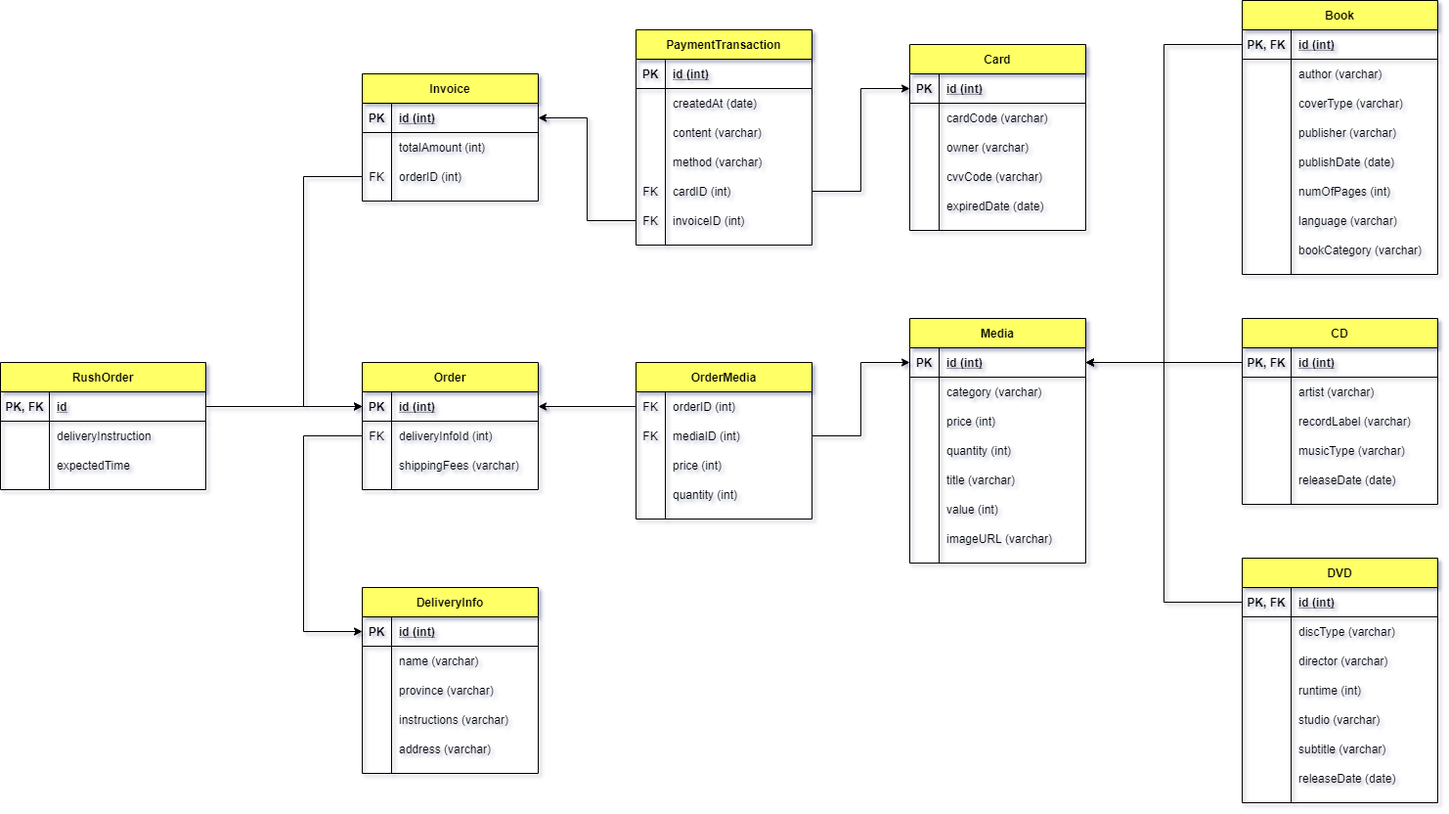
Before: DetailedDesign/DataModeling/PhysicalDataModel.png, a diagram exported from draw.io (krazezt/ISD.VN.20211-20184178.TranDucQuan). Source tidied: cells renumbered, new cells last; positions are measured from the earlier drawing's top-left corner, leaving out a move shared by most shapes.
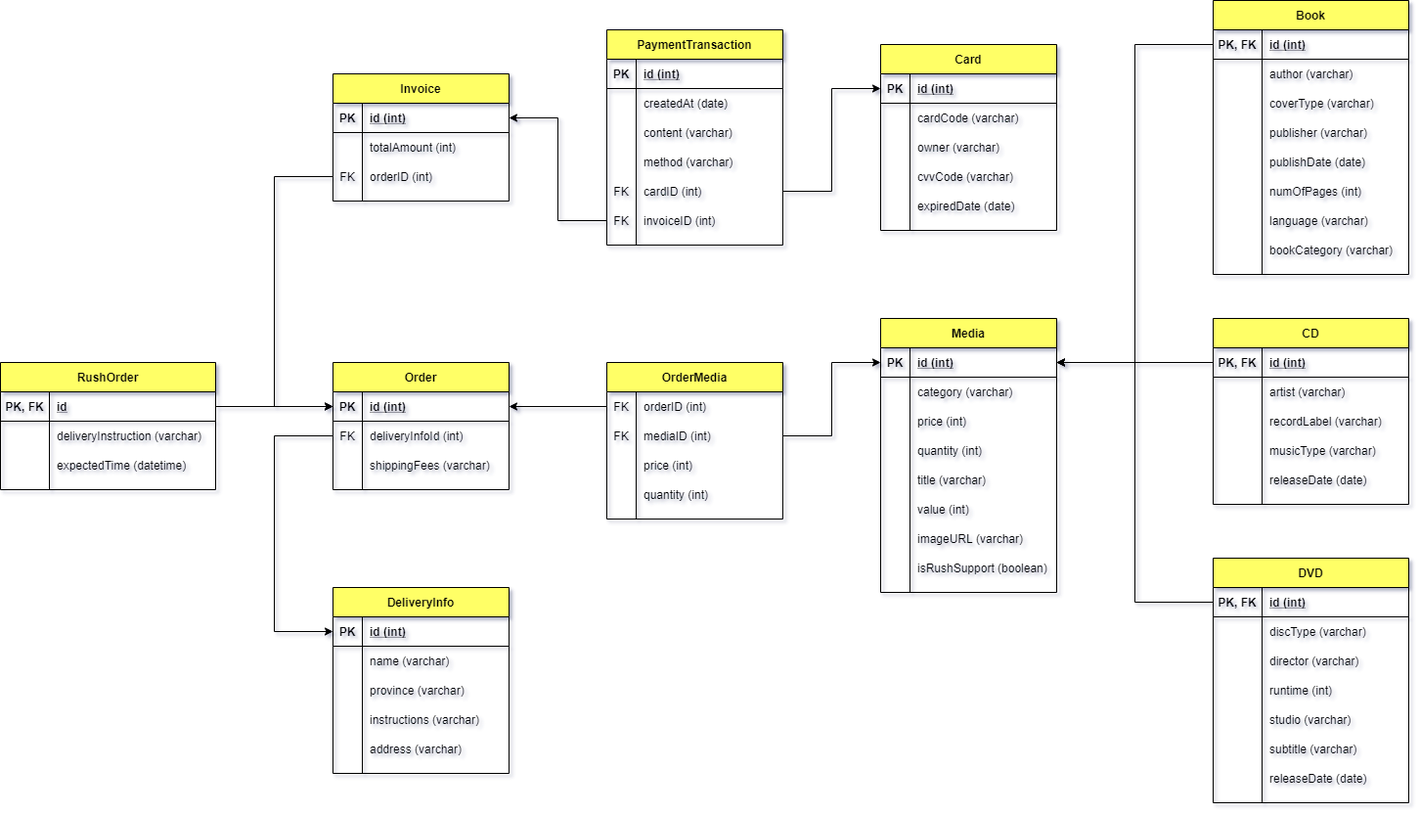
After the change.

Diff of the diagram source:
```diff
@@ -120,7 +120,7 @@
       <mxGeometry x="30" width="150" height="30" as="geometry" />
     </mxCell>
     <mxCell id="41" value="Media" style="shape=table;startSize=30;rowLines=0;fontStyle=1;align=center;fillColor=#FFFF66;" parent="1" vertex="1">
-      <mxGeometry x="930" y="325" width="180" height="250" as="geometry" />
+      <mxGeometry x="930" y="325" width="180" height="280" as="geometry" />
     </mxCell>
     <mxCell id="42" style="shape=partialRectangle;fillColor=none;top=0;left=0;bottom=1;right=0;points=[[0,0.5],[1,0.5]];portConstraint=eastwest;" parent="41" vertex="1">
       <mxGeometry y="30" width="180" height="30" as="geometry" />
@@ -185,6 +185,15 @@
     <mxCell id="62" value="imageURL (varchar)" style="shape=partialRectangle;fillColor=none;top=0;left=0;bottom=0;right=0;align=left;spacingLeft=6;overflow=hidden;" parent="60" vertex="1">
       <mxGeometry x="30" width="150" height="30" as="geometry" />
     </mxCell>
+    <mxCell id="191" style="shape=partialRectangle;fillColor=none;top=0;left=0;bottom=0;right=0;" parent="41" vertex="1">
+      <mxGeometry y="240" width="180" height="30" as="geometry" />
+    </mxCell>
+    <mxCell id="192" style="shape=partialRectangle;fillColor=none;top=0;left=0;bottom=0;right=0;overflow=hidden;" parent="191" vertex="1">
+      <mxGeometry width="30" height="30" as="geometry" />
+    </mxCell>
+    <mxCell id="193" value="isRushSupport (boolean)" style="shape=partialRectangle;fillColor=none;top=0;left=0;bottom=0;right=0;align=left;spacingLeft=6;overflow=hidden;" parent="191" vertex="1">
+      <mxGeometry x="30" width="150" height="30" as="geometry" />
+    </mxCell>
     <mxCell id="63" value="CD" style="shape=table;startSize=30;rowLines=0;fontStyle=1;align=center;fillColor=#FFFF66;" parent="1" vertex="1">
       <mxGeometry x="1270" y="325" width="200" height="190" as="geometry" />
     </mxCell>
@@ -547,34 +556,34 @@
       </mxGeometry>
     </mxCell>
     <mxCell id="180" value="RushOrder" style="shape=table;startSize=30;rowLines=0;fontStyle=1;align=center;fillColor=#FFFF66;" parent="1" vertex="1">
-      <mxGeometry y="370" width="210" height="130" as="geometry" />
+      <mxGeometry x="30" y="370" width="220" height="130" as="geometry" />
     </mxCell>
     <mxCell id="181" style="shape=partialRectangle;fillColor=none;top=0;left=0;bottom=1;right=0;points=[[0,0.5],[1,0.5]];portConstraint=eastwest;" parent="180" vertex="1">
-      <mxGeometry y="30" width="210" height="30" as="geometry" />
+      <mxGeometry y="30" width="220" height="30" as="geometry" />
     </mxCell>
     <mxCell id="182" value="PK, FK" style="shape=partialRectangle;fillColor=none;top=0;left=0;bottom=0;right=0;fontStyle=1;overflow=hidden;" parent="181" vertex="1">
       <mxGeometry width="50" height="30" as="geometry" />
     </mxCell>
     <mxCell id="183" value="id" style="shape=partialRectangle;fillColor=none;top=0;left=0;bottom=0;right=0;align=left;spacingLeft=6;fontStyle=5;overflow=hidden;" parent="181" vertex="1">
-      <mxGeometry x="50" width="160" height="30" as="geometry" />
+      <mxGeometry x="50" width="170" height="30" as="geometry" />
     </mxCell>
     <mxCell id="184" style="shape=partialRectangle;fillColor=none;top=0;left=0;bottom=0;right=0;" parent="180" vertex="1">
-      <mxGeometry y="60" width="210" height="30" as="geometry" />
+      <mxGeometry y="60" width="220" height="30" as="geometry" />
     </mxCell>
     <mxCell id="185" style="shape=partialRectangle;fillColor=none;top=0;left=0;bottom=0;right=0;overflow=hidden;" parent="184" vertex="1">
       <mxGeometry width="50" height="30" as="geometry" />
     </mxCell>
-    <mxCell id="186" value="deliveryInstruction" style="shape=partialRectangle;fillColor=none;top=0;left=0;bottom=0;right=0;align=left;spacingLeft=6;overflow=hidden;" parent="184" vertex="1">
-      <mxGeometry x="50" width="160" height="30" as="geometry" />
+    <mxCell id="186" value="deliveryInstruction (varchar)" style="shape=partialRectangle;fillColor=none;top=0;left=0;bottom=0;right=0;align=left;spacingLeft=6;overflow=hidden;" parent="184" vertex="1">
+      <mxGeometry x="50" width="170" height="30" as="geometry" />
     </mxCell>
     <mxCell id="187" style="shape=partialRectangle;fillColor=none;top=0;left=0;bottom=0;right=0;" parent="180" vertex="1">
-      <mxGeometry y="90" width="210" height="30" as="geometry" />
+      <mxGeometry y="90" width="220" height="30" as="geometry" />
     </mxCell>
     <mxCell id="188" style="shape=partialRectangle;fillColor=none;top=0;left=0;bottom=0;right=0;overflow=hidden;" parent="187" vertex="1">
       <mxGeometry width="50" height="30" as="geometry" />
     </mxCell>
-    <mxCell id="189" value="expectedTime" style="shape=partialRectangle;fillColor=none;top=0;left=0;bottom=0;right=0;align=left;spacingLeft=6;overflow=hidden;" parent="187" vertex="1">
-      <mxGeometry x="50" width="160" height="30" as="geometry" />
+    <mxCell id="189" value="expectedTime (datetime)" style="shape=partialRectangle;fillColor=none;top=0;left=0;bottom=0;right=0;align=left;spacingLeft=6;overflow=hidden;" parent="187" vertex="1">
+      <mxGeometry x="50" width="170" height="30" as="geometry" />
     </mxCell>
     <mxCell id="190" style="edgeStyle=orthogonalEdgeStyle;rounded=0;jettySize=auto;html=1;exitX=1;exitY=0.5;exitDx=0;exitDy=0;" parent="1" edge="1" source="181" target="19">
       <mxGeometry relative="1" as="geometry" />
```
